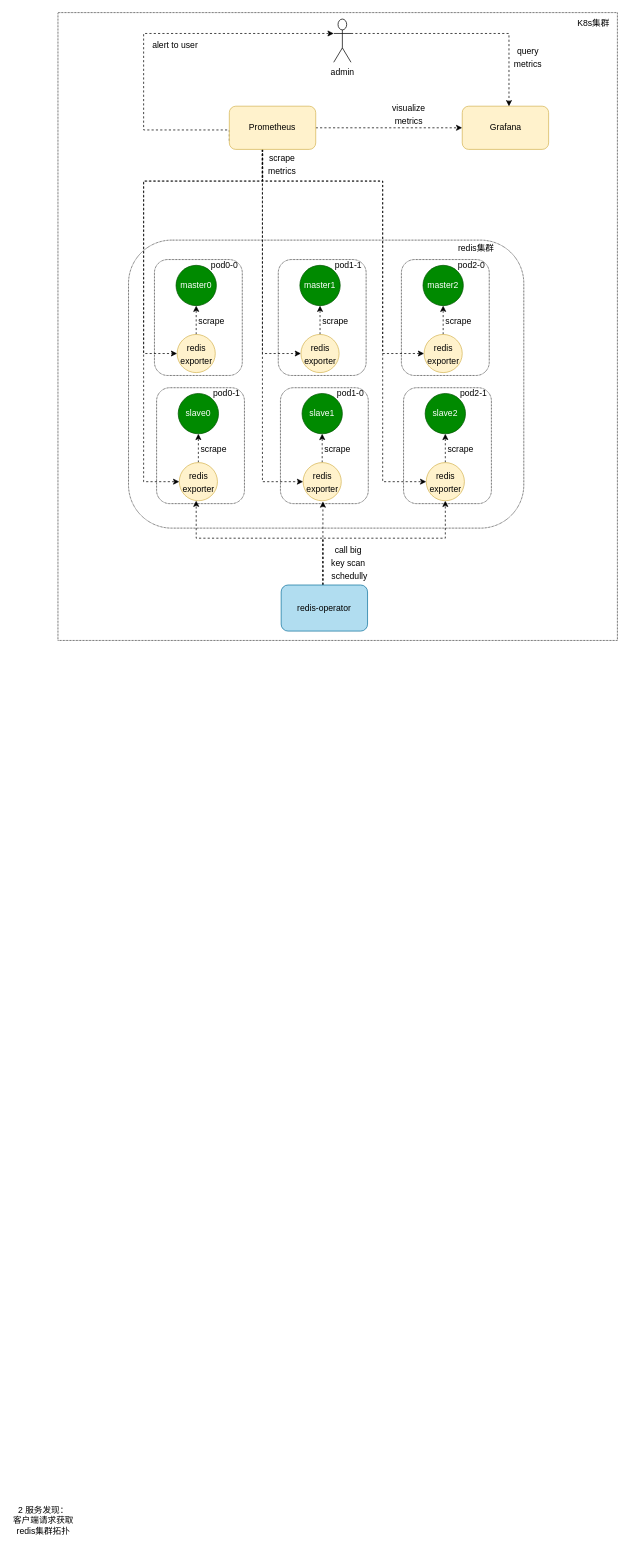
This is diagrams/ncr监控.drawio from fengyinqiao/cloudimg, a draw.io file, before an edit. Source tidied: cells renumbered, new cells numbered last; positions are measured from the earlier drawing's top-left corner, leaving out a move shared by most shapes. Both pictures are drawn from the tidied source at 72%, with x=0, y=0 at pixel (12, 12).
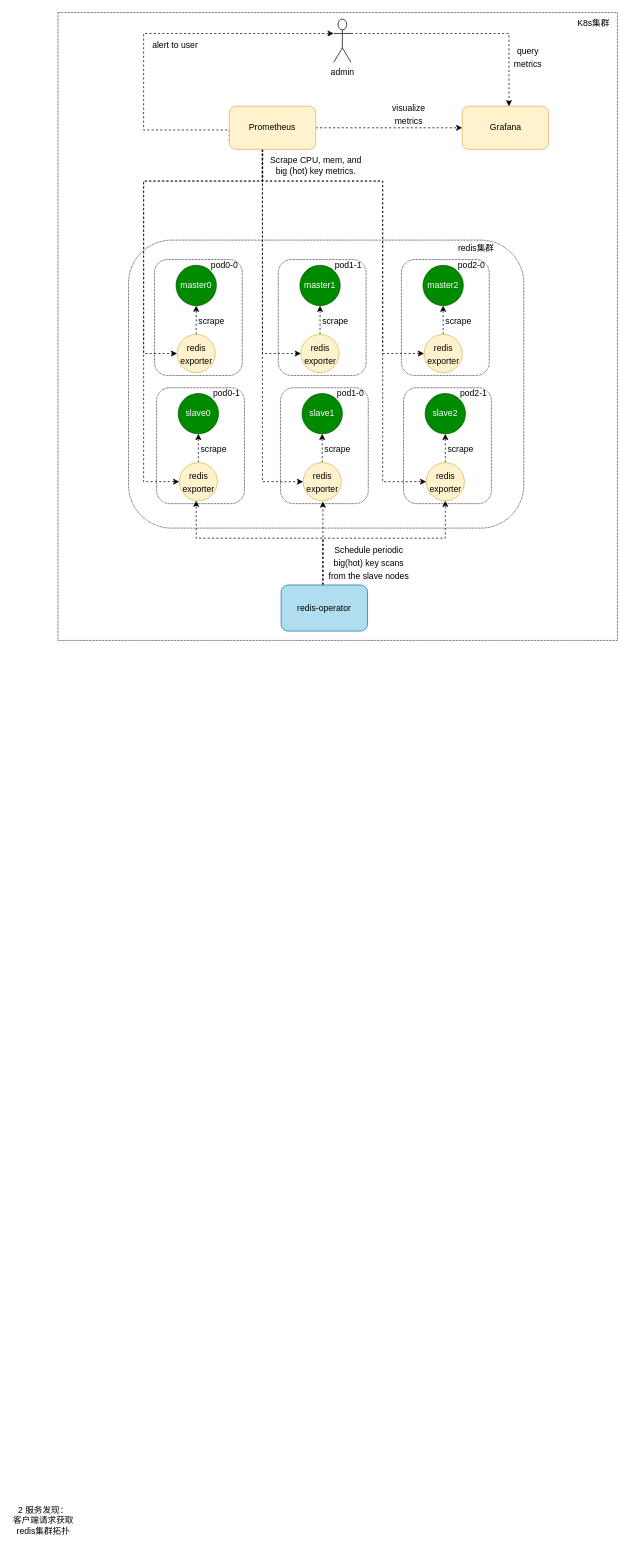
The same page after the edit.

What changed in the source:
```diff
@@
-    <mxCell id="58" value="&lt;p style=&quot;line-height: 150%;&quot;&gt;scrape&lt;br&gt;metrics&lt;/p&gt;" style="text;html=1;strokeColor=none;fillColor=none;align=center;verticalAlign=middle;whiteSpace=wrap;rounded=0;" parent="1" vertex="1">
-      <mxGeometry x="350" y="201" width="49" height="20" as="geometry" />
-    </mxCell>
@@
-    <mxCell id="60" value="&lt;p style=&quot;line-height: 150%;&quot;&gt;call&amp;nbsp;big key scan&lt;br&gt;&amp;nbsp;schedully&lt;/p&gt;" style="text;html=1;strokeColor=none;fillColor=none;align=center;verticalAlign=middle;whiteSpace=wrap;rounded=0;" parent="1" vertex="1">
-      <mxGeometry x="438" y="755" width="56.5" height="18" as="geometry" />
+    <mxCell id="60" value="&lt;p style=&quot;line-height: 150%;&quot;&gt;Schedule periodic big(hot) key scans from the slave nodes&lt;br&gt;&lt;/p&gt;" style="text;html=1;strokeColor=none;fillColor=none;align=center;verticalAlign=middle;whiteSpace=wrap;rounded=0;" parent="1" vertex="1">
+      <mxGeometry x="436" y="755" width="118" height="18" as="geometry" />
     </mxCell>
@@
+    <mxCell id="65" value="Scrape CPU, mem, and big (hot) key metrics." style="text;html=1;strokeColor=none;fillColor=none;align=center;verticalAlign=middle;whiteSpace=wrap;rounded=0;" parent="1" vertex="1">
+      <mxGeometry x="352" y="198" width="139" height="30" as="geometry" />
+    </mxCell>
```
